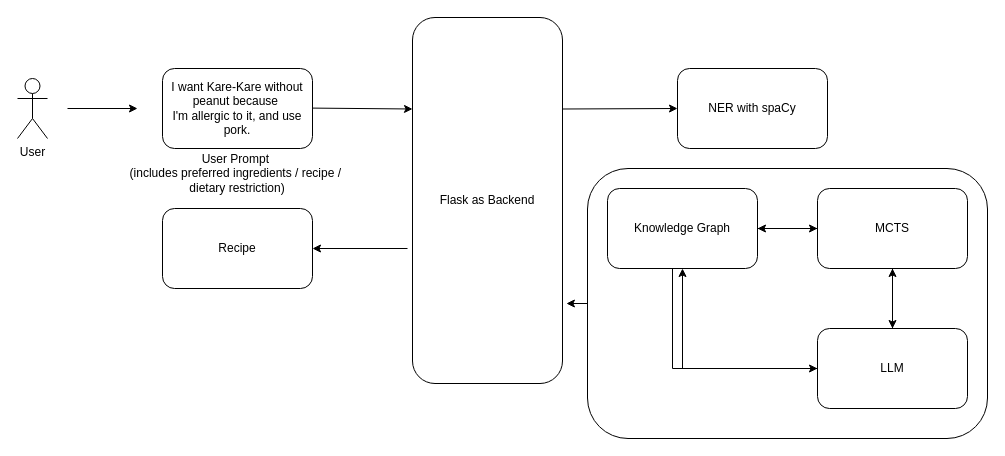
This is SystemArchi.drawio from MonaJea-Ng/Projects, a draw.io file, before an edit. Source tidied: cells renumbered, new cells numbered last; positions are measured from the earlier drawing's top-left corner, leaving out a move shared by most shapes. Both pictures are drawn from the tidied source at 100%, with x=0, y=0 at pixel (17, 17).
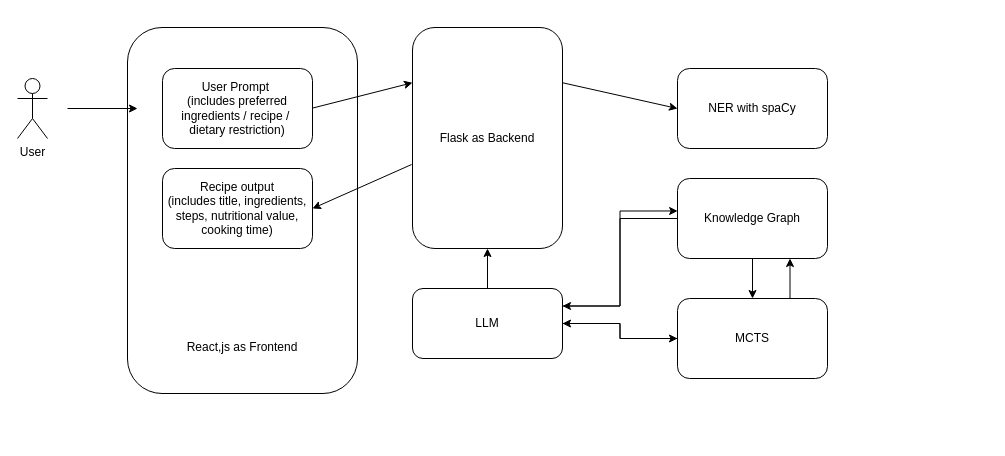
Above is the later version.

What changed in the source:
```diff
@@
-    <mxCell id="2" style="rounded=1;whiteSpace=wrap;html=1;" parent="1" vertex="1">
-      <mxGeometry x="570" y="151" width="400" height="270" as="geometry" />
-    </mxCell>
+    <mxCell id="23" value="&lt;div&gt;&lt;br&gt;&lt;/div&gt;&lt;div&gt;&lt;br&gt;&lt;/div&gt;&lt;div&gt;&lt;br&gt;&lt;/div&gt;&lt;div&gt;&lt;br&gt;&lt;/div&gt;&lt;div&gt;&lt;br&gt;&lt;/div&gt;&lt;div&gt;&lt;br&gt;&lt;/div&gt;&lt;div&gt;&lt;br&gt;&lt;/div&gt;&lt;div&gt;&lt;br&gt;&lt;/div&gt;&lt;div&gt;&lt;br&gt;&lt;/div&gt;&lt;div&gt;&lt;br&gt;&lt;/div&gt;&lt;div&gt;&lt;br&gt;&lt;/div&gt;&lt;div&gt;&lt;br&gt;&lt;/div&gt;&lt;div&gt;&lt;br&gt;&lt;/div&gt;&lt;div&gt;&lt;br&gt;&lt;/div&gt;&lt;div&gt;&lt;br&gt;&lt;/div&gt;&lt;div&gt;&lt;br&gt;&lt;/div&gt;&lt;div&gt;&lt;br&gt;&lt;/div&gt;&lt;div&gt;&lt;br&gt;&lt;/div&gt;&lt;div&gt;&lt;br&gt;&lt;/div&gt;&lt;div&gt;&lt;span style=&quot;background-color: initial;&quot;&gt;React,js as Frontend&lt;/span&gt;&lt;br&gt;&lt;/div&gt;" style="rounded=1;whiteSpace=wrap;html=1;" parent="1" vertex="1">
+      <mxGeometry x="110" y="10" width="230" height="366" as="geometry" />
+    </mxCell>
-    <mxCell id="3" value="I want Kare-Kare without peanut because&amp;nbsp;&lt;div&gt;I'm allergic to it, and use pork.&lt;/div&gt;" style="rounded=1;whiteSpace=wrap;html=1;" parent="1" vertex="1">
+    <mxCell id="3" value="User Prompt&amp;nbsp;&lt;div&gt;(includes preferred ingredients / recipe /&amp;nbsp;&lt;/div&gt;&lt;div&gt;dietary restriction)&lt;/div&gt;" style="rounded=1;whiteSpace=wrap;html=1;" parent="1" vertex="1">
       <mxGeometry x="145" y="51" width="150" height="80" as="geometry" />
     </mxCell>
@@
-    <mxCell id="7" value="User Prompt&amp;nbsp;&lt;div&gt;(includes preferred ingredients / recipe /&amp;nbsp;&lt;/div&gt;&lt;div&gt;dietary restriction)&lt;/div&gt;" style="text;html=1;align=center;verticalAlign=middle;whiteSpace=wrap;rounded=0;" parent="1" vertex="1">
-      <mxGeometry x="110" y="141" width="220" height="30" as="geometry" />
-    </mxCell>
+    <mxCell id="12" style="edgeStyle=orthogonalEdgeStyle;rounded=0;jettySize=auto;html=1;exitX=0;exitY=0.5;exitDx=0;exitDy=0;" parent="1" edge="1" source="8" target="14">
+      <mxGeometry relative="1" as="geometry" />
+    </mxCell>
+    <mxCell id="11" style="edgeStyle=orthogonalEdgeStyle;rounded=0;jettySize=auto;html=1;exitX=0.75;exitY=0;exitDx=0;exitDy=0;entryX=0.75;entryY=1;entryDx=0;entryDy=0;" parent="1" edge="1" source="8" target="10">
+      <mxGeometry relative="1" as="geometry" />
+    </mxCell>
     <mxCell id="8" value="MCTS" style="rounded=1;whiteSpace=wrap;html=1;" parent="1" vertex="1">
-      <mxGeometry x="800" y="171" width="150" height="80" as="geometry" />
+      <mxGeometry x="660" y="281" width="150" height="80" as="geometry" />
     </mxCell>
-    <mxCell id="9" style="edgeStyle=orthogonalEdgeStyle;rounded=0;jettySize=auto;html=1;exitX=0.5;exitY=1;exitDx=0;exitDy=0;entryX=0;entryY=0.5;entryDx=0;entryDy=0;" parent="1" edge="1" source="10" target="14">
-      <mxGeometry relative="1" as="geometry">
-        <Array as="points">
-          <mxPoint x="655" y="351" />
-        </Array>
-      </mxGeometry>
+    <mxCell id="9" style="edgeStyle=orthogonalEdgeStyle;rounded=0;jettySize=auto;html=1;exitX=0;exitY=0.5;exitDx=0;exitDy=0;entryX=1;entryY=0.25;entryDx=0;entryDy=0;" parent="1" edge="1" source="10" target="14">
+      <mxGeometry relative="1" as="geometry" />
     </mxCell>
+    <mxCell id="19" style="edgeStyle=orthogonalEdgeStyle;rounded=0;jettySize=auto;html=1;exitX=0.5;exitY=1;exitDx=0;exitDy=0;entryX=0.5;entryY=0;entryDx=0;entryDy=0;" parent="1" edge="1" source="10" target="8">
+      <mxGeometry relative="1" as="geometry" />
+    </mxCell>
     <mxCell id="10" value="Knowledge Graph" style="rounded=1;whiteSpace=wrap;html=1;" parent="1" vertex="1">
-      <mxGeometry x="590" y="171" width="150" height="80" as="geometry" />
+      <mxGeometry x="660" y="161" width="150" height="80" as="geometry" />
     </mxCell>
-    <mxCell id="11" style="endArrow=classic;html=1;rounded=0;exitX=0;exitY=0.5;exitDx=0;exitDy=0;entryX=1;entryY=0.5;entryDx=0;entryDy=0;" parent="1" edge="1" source="8" target="10">
-      <mxGeometry relative="1" as="geometry" />
-    </mxCell>
-    <mxCell id="12" style="endArrow=classic;html=1;rounded=0;exitX=0.5;exitY=1;exitDx=0;exitDy=0;entryX=0.5;entryY=0;entryDx=0;entryDy=0;" parent="1" edge="1" source="8" target="14">
-      <mxGeometry relative="1" as="geometry" />
-    </mxCell>
-    <mxCell id="13" style="edgeStyle=orthogonalEdgeStyle;rounded=0;jettySize=auto;html=1;exitX=0;exitY=0.5;exitDx=0;exitDy=0;entryX=0.5;entryY=1;entryDx=0;entryDy=0;" parent="1" edge="1" source="14" target="10">
-      <mxGeometry relative="1" as="geometry" />
-    </mxCell>
+    <mxCell id="24" style="edgeStyle=orthogonalEdgeStyle;rounded=0;jettySize=auto;html=1;exitX=0.5;exitY=0;exitDx=0;exitDy=0;entryX=0.5;entryY=1;entryDx=0;entryDy=0;" parent="1" edge="1" source="14" target="15">
+      <mxGeometry relative="1" as="geometry" />
+    </mxCell>
+    <mxCell id="18" style="edgeStyle=orthogonalEdgeStyle;rounded=0;jettySize=auto;html=1;exitX=1;exitY=0.5;exitDx=0;exitDy=0;" parent="1" edge="1" source="14" target="8">
+      <mxGeometry relative="1" as="geometry" />
+    </mxCell>
     <mxCell id="14" value="LLM" style="rounded=1;whiteSpace=wrap;html=1;" parent="1" vertex="1">
-      <mxGeometry x="800" y="311" width="150" height="80" as="geometry" />
+      <mxGeometry x="395" y="271" width="150" height="70" as="geometry" />
     </mxCell>
     <mxCell id="15" value="Flask as Backend" style="rounded=1;whiteSpace=wrap;html=1;" parent="1" vertex="1">
-      <mxGeometry x="395" width="150" height="366" as="geometry" />
+      <mxGeometry x="395" y="10" width="150" height="221" as="geometry" />
     </mxCell>
@@
-    <mxCell id="18" style="endArrow=classic;html=1;rounded=0;exitX=0.5;exitY=0;exitDx=0;exitDy=0;entryX=0.5;entryY=1;entryDx=0;entryDy=0;" parent="1" edge="1" source="14" target="8">
-      <mxGeometry relative="1" as="geometry" />
-    </mxCell>
-    <mxCell id="19" style="endArrow=classic;html=1;rounded=0;exitX=1;exitY=0.5;exitDx=0;exitDy=0;entryX=0;entryY=0.5;entryDx=0;entryDy=0;" parent="1" edge="1" source="10" target="8">
-      <mxGeometry relative="1" as="geometry" />
-    </mxCell>
-    <mxCell id="20" value="Recipe" style="rounded=1;whiteSpace=wrap;html=1;" parent="1" vertex="1">
-      <mxGeometry x="145" y="191" width="150" height="80" as="geometry" />
+    <mxCell id="20" value="Recipe output&lt;div&gt;(includes title, ingredients, steps, nutritional value, cooking time)&lt;/div&gt;" style="rounded=1;whiteSpace=wrap;html=1;" parent="1" vertex="1">
+      <mxGeometry x="145" y="151" width="150" height="80" as="geometry" />
     </mxCell>
-    <mxCell id="21" style="endArrow=classic;html=1;rounded=0;entryX=1;entryY=0.5;entryDx=0;entryDy=0;" parent="1" edge="1" target="20">
-      <mxGeometry relative="1" as="geometry">
-        <mxPoint x="390" y="231" as="sourcePoint" />
-      </mxGeometry>
+    <mxCell id="21" style="endArrow=classic;html=1;rounded=0;entryX=1;entryY=0.5;entryDx=0;entryDy=0;exitX=-0.006;exitY=0.62;exitDx=0;exitDy=0;exitPerimeter=0;" parent="1" edge="1" source="15" target="20">
+      <mxGeometry relative="1" as="geometry" />
     </mxCell>
-    <mxCell id="22" style="edgeStyle=orthogonalEdgeStyle;rounded=0;jettySize=auto;html=1;exitX=0;exitY=0.5;exitDx=0;exitDy=0;entryX=1.026;entryY=0.781;entryDx=0;entryDy=0;entryPerimeter=0;" parent="1" edge="1" source="2" target="15">
-      <mxGeometry relative="1" as="geometry" />
-    </mxCell>
+    <mxCell id="13" style="edgeStyle=orthogonalEdgeStyle;rounded=0;jettySize=auto;html=1;exitX=1;exitY=0.25;exitDx=0;exitDy=0;entryX=0.001;entryY=0.406;entryDx=0;entryDy=0;entryPerimeter=0;" parent="1" edge="1" source="14" target="10">
+      <mxGeometry relative="1" as="geometry" />
+    </mxCell>
```
